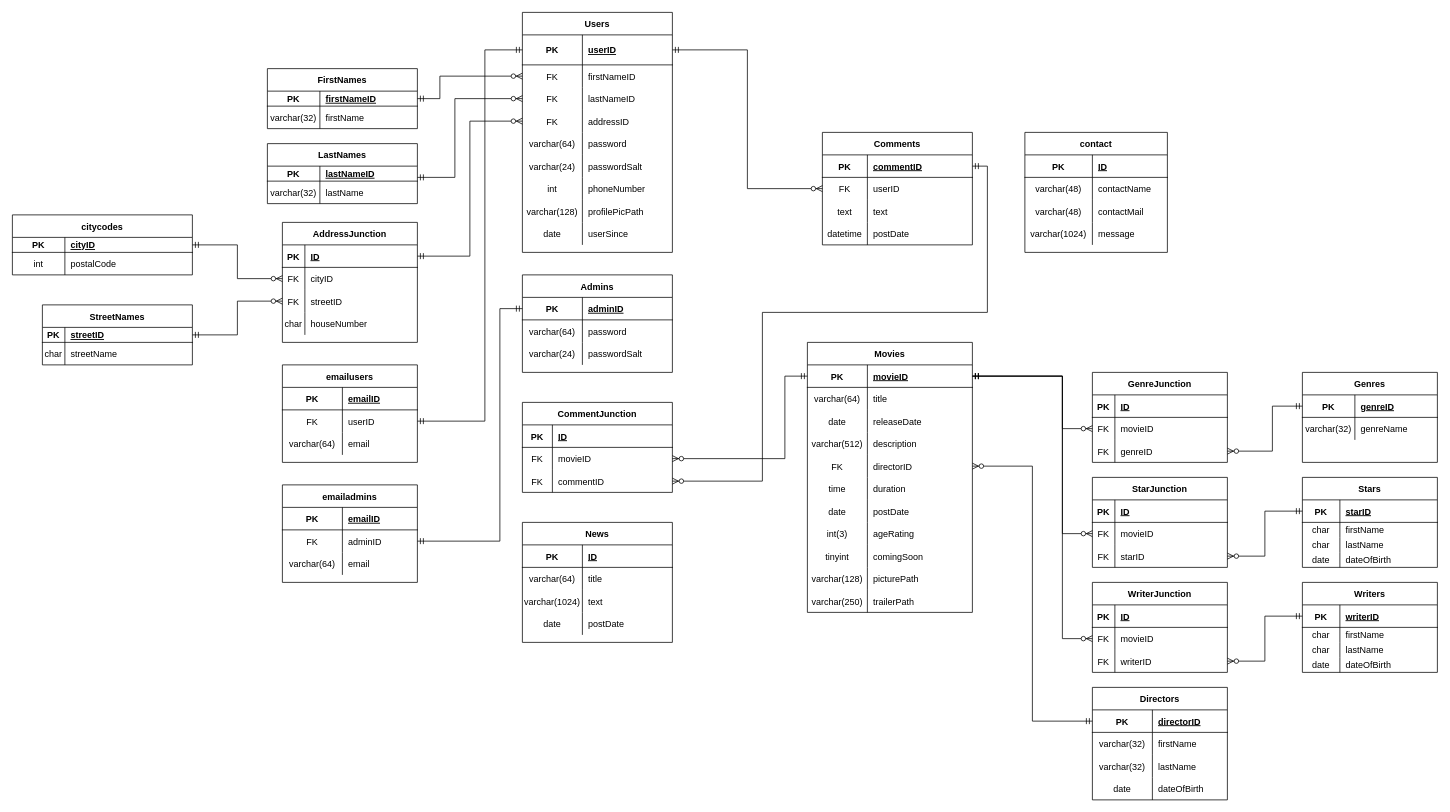
Before: FlickClickER.drawio in nikolailarsen01/FlickClick, a draw.io diagram. Source tidied: cells renumbered, new cells numbered last; positions are measured from the earlier drawing's top-left corner, leaving out a move shared by most shapes. Both pictures are drawn from the tidied source at 75%, with x=0, y=0 at pixel (12, 12).
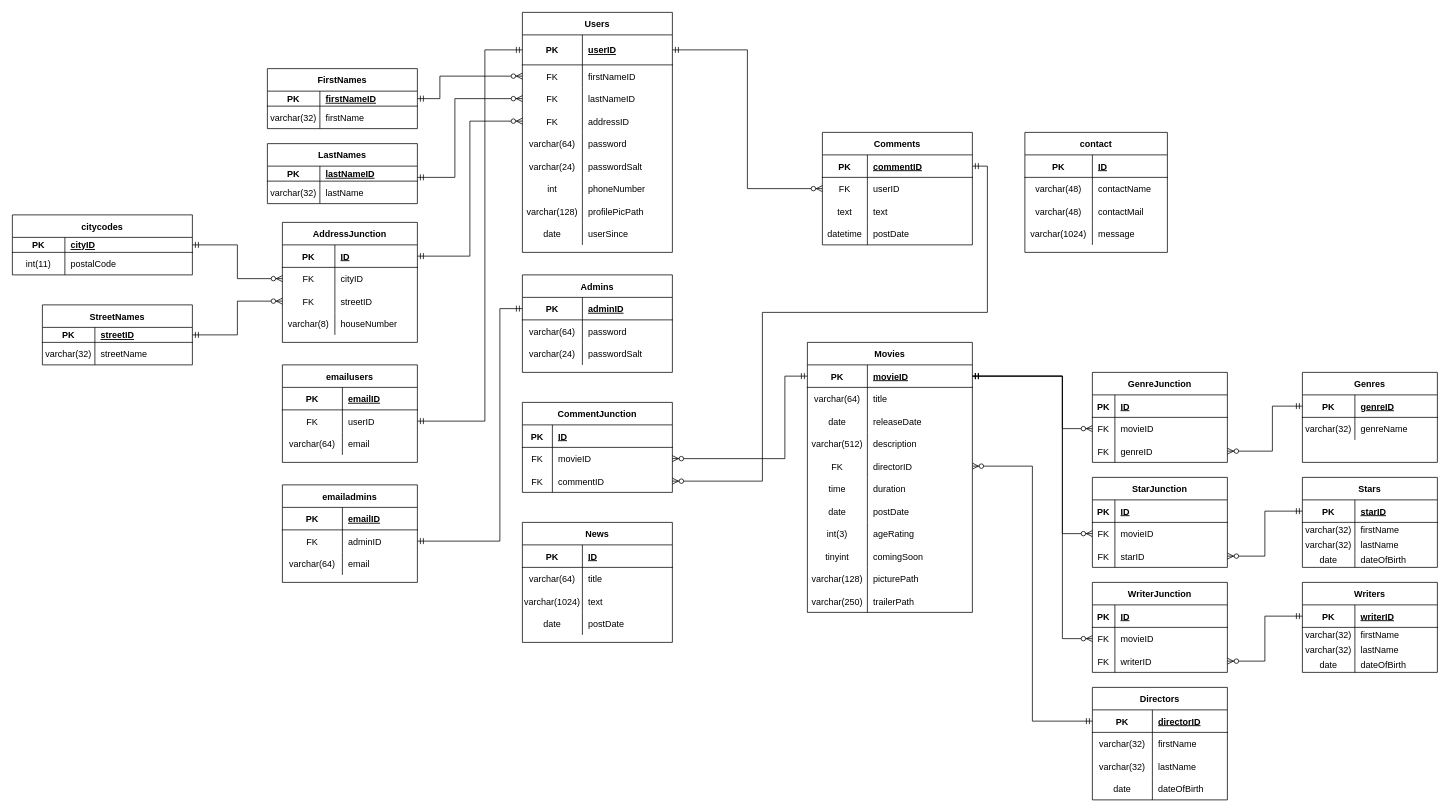
The same diagram, later.

Unchanged cells that the change refers to:
```xml
<mxCell id="151" style="shape=partialRectangle;fillColor=none;top=0;left=0;bottom=1;right=0;points=[[0,0.5],[1,0.5]];portConstraint=eastwest;" parent="150" vertex="1">
  <mxGeometry y="30" width="180" height="30" as="geometry" />
</mxCell>
<mxCell id="154" style="shape=partialRectangle;fillColor=none;top=0;left=0;bottom=0;right=0;" parent="150" vertex="1">
  <mxGeometry y="60" width="180" height="20" as="geometry" />
</mxCell>
<mxCell id="157" style="shape=partialRectangle;fillColor=none;top=0;left=0;bottom=0;right=0;" parent="150" vertex="1">
  <mxGeometry y="80" width="180" height="20" as="geometry" />
</mxCell>
<mxCell id="160" style="shape=partialRectangle;fillColor=none;top=0;left=0;bottom=0;right=0;" parent="150" vertex="1">
  <mxGeometry y="100" width="180" height="20" as="geometry" />
</mxCell>
<mxCell id="164" style="shape=partialRectangle;fillColor=none;top=0;left=0;bottom=1;right=0;points=[[0,0.5],[1,0.5]];portConstraint=eastwest;" parent="163" vertex="1">
  <mxGeometry y="30" width="180" height="30" as="geometry" />
</mxCell>
<mxCell id="167" style="shape=partialRectangle;fillColor=none;top=0;left=0;bottom=0;right=0;" parent="163" vertex="1">
  <mxGeometry y="60" width="180" height="20" as="geometry" />
</mxCell>
<mxCell id="170" style="shape=partialRectangle;fillColor=none;top=0;left=0;bottom=0;right=0;" parent="163" vertex="1">
  <mxGeometry y="80" width="180" height="20" as="geometry" />
</mxCell>
<mxCell id="173" style="shape=partialRectangle;fillColor=none;top=0;left=0;bottom=0;right=0;" parent="163" vertex="1">
  <mxGeometry y="100" width="180" height="20" as="geometry" />
</mxCell>
<mxCell id="201" style="shape=partialRectangle;fillColor=none;top=0;left=0;bottom=1;right=0;points=[[0,0.5],[1,0.5]];portConstraint=eastwest;" parent="200" vertex="1">
  <mxGeometry y="30" width="180" height="30" as="geometry" />
</mxCell>
<mxCell id="204" style="shape=partialRectangle;fillColor=none;top=0;left=0;bottom=0;right=0;points=[[0,0.5],[1,0.5]];portConstraint=eastwest;" parent="200" vertex="1">
  <mxGeometry y="60" width="180" height="30" as="geometry" />
</mxCell>
<mxCell id="207" style="shape=partialRectangle;fillColor=none;top=0;left=0;bottom=0;right=0;points=[[0,0.5],[1,0.5]];portConstraint=eastwest;" parent="200" vertex="1">
  <mxGeometry y="90" width="180" height="30" as="geometry" />
</mxCell>
<mxCell id="210" style="shape=partialRectangle;fillColor=none;top=0;left=0;bottom=0;right=0;" parent="200" vertex="1">
  <mxGeometry y="120" width="180" height="30" as="geometry" />
</mxCell>
<mxCell id="214" style="shape=partialRectangle;fillColor=none;top=0;left=0;bottom=1;right=0;points=[[0,0.5],[1,0.5]];portConstraint=eastwest;" parent="213" vertex="1">
  <mxGeometry y="30" width="200" height="20" as="geometry" />
</mxCell>
<mxCell id="217" style="shape=partialRectangle;fillColor=none;top=0;left=0;bottom=0;right=0;" parent="213" vertex="1">
  <mxGeometry y="50" width="200" height="30" as="geometry" />
</mxCell>
<mxCell id="226" style="shape=partialRectangle;fillColor=none;top=0;left=0;bottom=0;right=0;" parent="222" vertex="1">
  <mxGeometry y="50" width="240" height="30" as="geometry" />
</mxCell>
```

Change to the diagram source:
```diff
@@
     <mxCell id="152" value="PK" style="shape=partialRectangle;fillColor=none;top=0;left=0;bottom=0;right=0;fontStyle=1;overflow=hidden;" parent="151" vertex="1">
-      <mxGeometry width="50" height="30" as="geometry" />
+      <mxGeometry width="70" height="30" as="geometry" />
     </mxCell>
     <mxCell id="153" value="starID" style="shape=partialRectangle;fillColor=none;top=0;left=0;bottom=0;right=0;align=left;spacingLeft=6;fontStyle=5;overflow=hidden;" parent="151" vertex="1">
-      <mxGeometry x="50" width="130" height="30" as="geometry" />
+      <mxGeometry x="70" width="110" height="30" as="geometry" />
     </mxCell>
@@
-    <mxCell id="155" value="char" style="shape=partialRectangle;fillColor=none;top=0;left=0;bottom=0;right=0;overflow=hidden;" parent="154" vertex="1">
-      <mxGeometry width="50" height="20" as="geometry" />
+    <mxCell id="155" value="varchar(32)" style="shape=partialRectangle;fillColor=none;top=0;left=0;bottom=0;right=0;overflow=hidden;" parent="154" vertex="1">
+      <mxGeometry width="70" height="20" as="geometry" />
     </mxCell>
     <mxCell id="156" value="firstName" style="shape=partialRectangle;fillColor=none;top=0;left=0;bottom=0;right=0;align=left;spacingLeft=6;overflow=hidden;" parent="154" vertex="1">
-      <mxGeometry x="50" width="130" height="20" as="geometry" />
+      <mxGeometry x="70" width="110" height="20" as="geometry" />
     </mxCell>
@@
-    <mxCell id="158" value="char" style="shape=partialRectangle;fillColor=none;top=0;left=0;bottom=0;right=0;overflow=hidden;" parent="157" vertex="1">
-      <mxGeometry width="50" height="20" as="geometry" />
+    <mxCell id="158" value="varchar(32)" style="shape=partialRectangle;fillColor=none;top=0;left=0;bottom=0;right=0;overflow=hidden;" parent="157" vertex="1">
+      <mxGeometry width="70" height="20" as="geometry" />
     </mxCell>
     <mxCell id="159" value="lastName" style="shape=partialRectangle;fillColor=none;top=0;left=0;bottom=0;right=0;align=left;spacingLeft=6;overflow=hidden;" parent="157" vertex="1">
-      <mxGeometry x="50" width="130" height="20" as="geometry" />
+      <mxGeometry x="70" width="110" height="20" as="geometry" />
     </mxCell>
@@
     <mxCell id="161" value="date" style="shape=partialRectangle;fillColor=none;top=0;left=0;bottom=0;right=0;overflow=hidden;" parent="160" vertex="1">
-      <mxGeometry width="50" height="20" as="geometry" />
+      <mxGeometry width="70" height="20" as="geometry" />
     </mxCell>
     <mxCell id="162" value="dateOfBirth" style="shape=partialRectangle;fillColor=none;top=0;left=0;bottom=0;right=0;align=left;spacingLeft=6;overflow=hidden;" parent="160" vertex="1">
-      <mxGeometry x="50" width="130" height="20" as="geometry" />
+      <mxGeometry x="70" width="110" height="20" as="geometry" />
     </mxCell>
@@
     <mxCell id="165" value="PK" style="shape=partialRectangle;fillColor=none;top=0;left=0;bottom=0;right=0;fontStyle=1;overflow=hidden;" parent="164" vertex="1">
-      <mxGeometry width="50" height="30" as="geometry" />
+      <mxGeometry width="70" height="30" as="geometry" />
     </mxCell>
     <mxCell id="166" value="writerID" style="shape=partialRectangle;fillColor=none;top=0;left=0;bottom=0;right=0;align=left;spacingLeft=6;fontStyle=5;overflow=hidden;" parent="164" vertex="1">
-      <mxGeometry x="50" width="130" height="30" as="geometry" />
+      <mxGeometry x="70" width="110" height="30" as="geometry" />
     </mxCell>
@@
-    <mxCell id="168" value="char" style="shape=partialRectangle;fillColor=none;top=0;left=0;bottom=0;right=0;overflow=hidden;" parent="167" vertex="1">
-      <mxGeometry width="50" height="20" as="geometry" />
+    <mxCell id="168" value="varchar(32)" style="shape=partialRectangle;fillColor=none;top=0;left=0;bottom=0;right=0;overflow=hidden;" parent="167" vertex="1">
+      <mxGeometry width="70" height="20" as="geometry" />
     </mxCell>
     <mxCell id="169" value="firstName" style="shape=partialRectangle;fillColor=none;top=0;left=0;bottom=0;right=0;align=left;spacingLeft=6;overflow=hidden;" parent="167" vertex="1">
-      <mxGeometry x="50" width="130" height="20" as="geometry" />
+      <mxGeometry x="70" width="110" height="20" as="geometry" />
     </mxCell>
@@
-    <mxCell id="171" value="char" style="shape=partialRectangle;fillColor=none;top=0;left=0;bottom=0;right=0;overflow=hidden;" parent="170" vertex="1">
-      <mxGeometry width="50" height="20" as="geometry" />
+    <mxCell id="171" value="varchar(32)" style="shape=partialRectangle;fillColor=none;top=0;left=0;bottom=0;right=0;overflow=hidden;" parent="170" vertex="1">
+      <mxGeometry width="70" height="20" as="geometry" />
     </mxCell>
     <mxCell id="172" value="lastName" style="shape=partialRectangle;fillColor=none;top=0;left=0;bottom=0;right=0;align=left;spacingLeft=6;overflow=hidden;" parent="170" vertex="1">
-      <mxGeometry x="50" width="130" height="20" as="geometry" />
+      <mxGeometry x="70" width="110" height="20" as="geometry" />
     </mxCell>
@@
     <mxCell id="174" value="date" style="shape=partialRectangle;fillColor=none;top=0;left=0;bottom=0;right=0;overflow=hidden;" parent="173" vertex="1">
-      <mxGeometry width="50" height="20" as="geometry" />
+      <mxGeometry width="70" height="20" as="geometry" />
     </mxCell>
     <mxCell id="175" value="dateOfBirth" style="shape=partialRectangle;fillColor=none;top=0;left=0;bottom=0;right=0;align=left;spacingLeft=6;overflow=hidden;" parent="173" vertex="1">
-      <mxGeometry x="50" width="130" height="20" as="geometry" />
+      <mxGeometry x="70" width="110" height="20" as="geometry" />
     </mxCell>
@@
     <mxCell id="202" value="PK" style="shape=partialRectangle;fillColor=none;top=0;left=0;bottom=0;right=0;fontStyle=1;overflow=hidden;" parent="201" vertex="1">
-      <mxGeometry width="30" height="30" as="geometry" />
+      <mxGeometry width="70" height="30" as="geometry" />
     </mxCell>
     <mxCell id="203" value="ID" style="shape=partialRectangle;fillColor=none;top=0;left=0;bottom=0;right=0;align=left;spacingLeft=6;fontStyle=5;overflow=hidden;" parent="201" vertex="1">
-      <mxGeometry x="30" width="150" height="30" as="geometry" />
+      <mxGeometry x="70" width="110" height="30" as="geometry" />
     </mxCell>
@@
     <mxCell id="205" value="FK" style="shape=partialRectangle;fillColor=none;top=0;left=0;bottom=0;right=0;overflow=hidden;" parent="204" vertex="1">
-      <mxGeometry width="30" height="30" as="geometry" />
+      <mxGeometry width="70" height="30" as="geometry" />
     </mxCell>
     <mxCell id="206" value="cityID" style="shape=partialRectangle;fillColor=none;top=0;left=0;bottom=0;right=0;align=left;spacingLeft=6;overflow=hidden;" parent="204" vertex="1">
-      <mxGeometry x="30" width="150" height="30" as="geometry" />
+      <mxGeometry x="70" width="110" height="30" as="geometry" />
     </mxCell>
@@
     <mxCell id="208" value="FK" style="shape=partialRectangle;fillColor=none;top=0;left=0;bottom=0;right=0;overflow=hidden;" parent="207" vertex="1">
-      <mxGeometry width="30" height="30" as="geometry" />
+      <mxGeometry width="70" height="30" as="geometry" />
     </mxCell>
     <mxCell id="209" value="streetID" style="shape=partialRectangle;fillColor=none;top=0;left=0;bottom=0;right=0;align=left;spacingLeft=6;overflow=hidden;" parent="207" vertex="1">
-      <mxGeometry x="30" width="150" height="30" as="geometry" />
+      <mxGeometry x="70" width="110" height="30" as="geometry" />
     </mxCell>
@@
-    <mxCell id="211" value="char" style="shape=partialRectangle;fillColor=none;top=0;left=0;bottom=0;right=0;overflow=hidden;" parent="210" vertex="1">
-      <mxGeometry width="30" height="30" as="geometry" />
+    <mxCell id="211" value="varchar(8)" style="shape=partialRectangle;fillColor=none;top=0;left=0;bottom=0;right=0;overflow=hidden;" parent="210" vertex="1">
+      <mxGeometry width="70" height="30" as="geometry" />
     </mxCell>
     <mxCell id="212" value="houseNumber" style="shape=partialRectangle;fillColor=none;top=0;left=0;bottom=0;right=0;align=left;spacingLeft=6;overflow=hidden;" parent="210" vertex="1">
-      <mxGeometry x="30" width="150" height="30" as="geometry" />
+      <mxGeometry x="70" width="110" height="30" as="geometry" />
     </mxCell>
@@
     <mxCell id="215" value="PK" style="shape=partialRectangle;fillColor=none;top=0;left=0;bottom=0;right=0;fontStyle=1;overflow=hidden;" parent="214" vertex="1">
-      <mxGeometry width="30" height="20" as="geometry" />
+      <mxGeometry width="70" height="20" as="geometry" />
     </mxCell>
     <mxCell id="216" value="streetID" style="shape=partialRectangle;fillColor=none;top=0;left=0;bottom=0;right=0;align=left;spacingLeft=6;fontStyle=5;overflow=hidden;" parent="214" vertex="1">
-      <mxGeometry x="30" width="170" height="20" as="geometry" />
+      <mxGeometry x="70" width="130" height="20" as="geometry" />
     </mxCell>
@@
-    <mxCell id="218" value="char" style="shape=partialRectangle;fillColor=none;top=0;left=0;bottom=0;right=0;overflow=hidden;" parent="217" vertex="1">
-      <mxGeometry width="30" height="30" as="geometry" />
+    <mxCell id="218" value="varchar(32)" style="shape=partialRectangle;fillColor=none;top=0;left=0;bottom=0;right=0;overflow=hidden;" parent="217" vertex="1">
+      <mxGeometry width="70" height="30" as="geometry" />
     </mxCell>
     <mxCell id="219" value="streetName" style="shape=partialRectangle;fillColor=none;top=0;left=0;bottom=0;right=0;align=left;spacingLeft=6;overflow=hidden;" parent="217" vertex="1">
-      <mxGeometry x="30" width="170" height="30" as="geometry" />
+      <mxGeometry x="70" width="130" height="30" as="geometry" />
     </mxCell>
@@
-    <mxCell id="227" value="int" style="shape=partialRectangle;fillColor=none;top=0;left=0;bottom=0;right=0;overflow=hidden;" parent="226" vertex="1">
+    <mxCell id="227" value="int(11)" style="shape=partialRectangle;fillColor=none;top=0;left=0;bottom=0;right=0;overflow=hidden;" parent="226" vertex="1">
       <mxGeometry width="70" height="30" as="geometry" />
     </mxCell>
```
